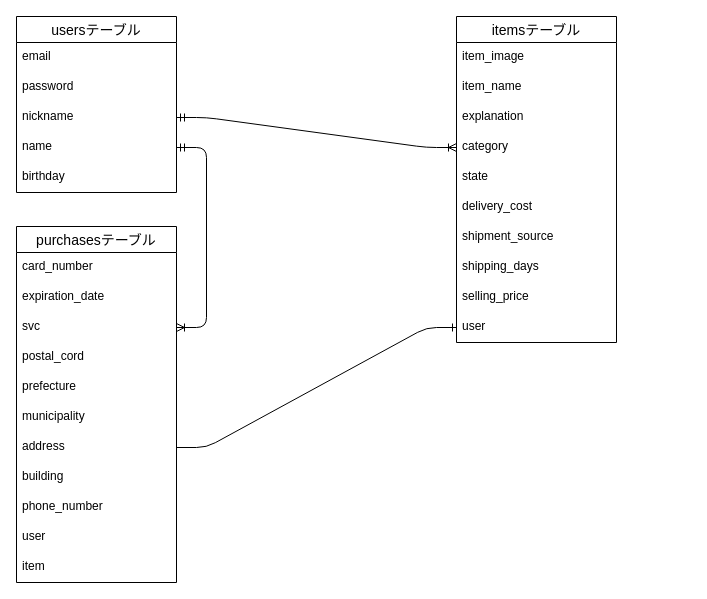
Above: ER.dio in Suzun0suke/furima-8019 (draw.io), before the change. Source tidied: cells renumbered, new cells numbered last; positions are measured from the earlier drawing's top-left corner, leaving out a move shared by most shapes. Both pictures are drawn from the tidied source at 100%, with x=0, y=0 at pixel (16, 16).
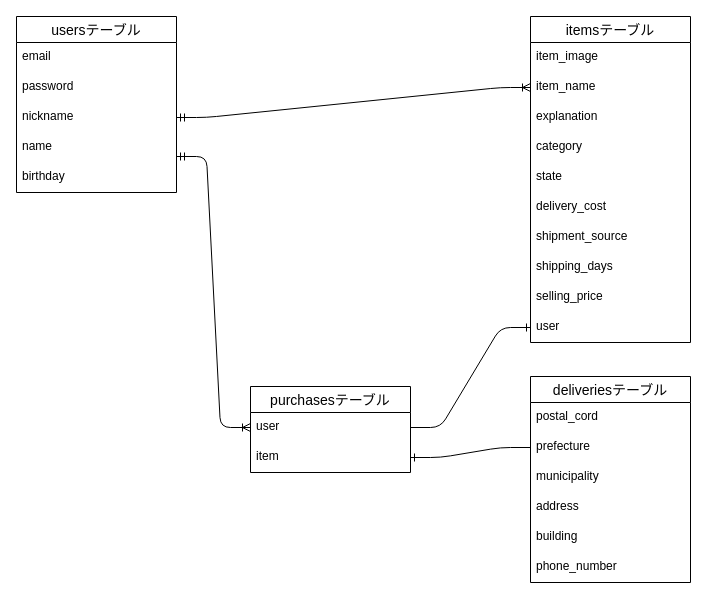
The same diagram, later.

The change refers to these unchanged cells:
```xml
<mxCell id="5" value="nickname" style="text;strokeColor=none;fillColor=none;spacingLeft=4;spacingRight=4;overflow=hidden;points=[[0,0.5],[1,0.5]];portConstraint=eastwest;fontSize=12;" parent="2" vertex="1">
  <mxGeometry y="86" width="160" height="30" as="geometry" />
</mxCell>
<mxCell id="6" value="name" style="text;strokeColor=none;fillColor=none;spacingLeft=4;spacingRight=4;overflow=hidden;points=[[0,0.5],[1,0.5]];portConstraint=eastwest;fontSize=12;" parent="2" vertex="1">
  <mxGeometry y="116" width="160" height="30" as="geometry" />
</mxCell>
<mxCell id="10" value="item_name" style="text;strokeColor=none;fillColor=none;spacingLeft=4;spacingRight=4;overflow=hidden;points=[[0,0.5],[1,0.5]];portConstraint=eastwest;fontSize=12;" parent="8" vertex="1">
  <mxGeometry y="56" width="160" height="30" as="geometry" />
</mxCell>
<mxCell id="12" value="category" style="text;strokeColor=none;fillColor=none;spacingLeft=4;spacingRight=4;overflow=hidden;points=[[0,0.5],[1,0.5]];portConstraint=eastwest;fontSize=12;" parent="8" vertex="1">
  <mxGeometry y="116" width="160" height="30" as="geometry" />
</mxCell>
<mxCell id="18" value="user" style="text;strokeColor=none;fillColor=none;spacingLeft=4;spacingRight=4;overflow=hidden;points=[[0,0.5],[1,0.5]];portConstraint=eastwest;fontSize=12;" parent="8" vertex="1">
  <mxGeometry y="296" width="160" height="30" as="geometry" />
</mxCell>
```

Change to the diagram source:
```diff
@@
     <mxCell id="8" value="itemsテーブル" style="swimlane;fontStyle=0;horizontal=1;startSize=26;align=center;fontSize=14;" parent="1" vertex="1">
-      <mxGeometry x="440" width="160" height="326" as="geometry" />
+      <mxGeometry x="514" width="160" height="326" as="geometry" />
     </mxCell>
@@
-    <mxCell id="19" value="purchasesテーブル" style="swimlane;fontStyle=0;horizontal=1;startSize=26;align=center;fontSize=14;" parent="1" vertex="1">
-      <mxGeometry y="210" width="160" height="356" as="geometry" />
+    <mxCell id="19" value="deliveriesテーブル" style="swimlane;fontStyle=0;horizontal=1;startSize=26;align=center;fontSize=14;" parent="1" vertex="1">
+      <mxGeometry x="514" y="360" width="160" height="206" as="geometry" />
     </mxCell>
-    <mxCell id="20" value="card_number" style="text;strokeColor=none;fillColor=none;spacingLeft=4;spacingRight=4;overflow=hidden;fontSize=12;" parent="19" vertex="1">
-      <mxGeometry y="26" width="160" height="30" as="geometry" />
-    </mxCell>
-    <mxCell id="21" value="expiration_date" style="text;strokeColor=none;fillColor=none;spacingLeft=4;spacingRight=4;overflow=hidden;fontSize=12;" parent="19" vertex="1">
-      <mxGeometry y="56" width="160" height="30" as="geometry" />
-    </mxCell>
-    <mxCell id="22" value="svc" style="text;strokeColor=none;fillColor=none;spacingLeft=4;spacingRight=4;overflow=hidden;points=[[0,0.5],[1,0.5]];portConstraint=eastwest;fontSize=12;" parent="19" vertex="1">
-      <mxGeometry y="86" width="160" height="30" as="geometry" />
-    </mxCell>
     <mxCell id="23" value="postal_cord" style="text;strokeColor=none;fillColor=none;spacingLeft=4;spacingRight=4;overflow=hidden;fontSize=12;" parent="19" vertex="1">
-      <mxGeometry y="116" width="160" height="30" as="geometry" />
+      <mxGeometry y="26" width="160" height="30" as="geometry" />
     </mxCell>
     <mxCell id="24" value="prefecture" style="text;strokeColor=none;fillColor=none;spacingLeft=4;spacingRight=4;overflow=hidden;points=[[0,0.5],[1,0.5]];portConstraint=eastwest;fontSize=12;" parent="19" vertex="1">
-      <mxGeometry y="146" width="160" height="30" as="geometry" />
+      <mxGeometry y="56" width="160" height="30" as="geometry" />
     </mxCell>
     <mxCell id="25" value="municipality" style="text;strokeColor=none;fillColor=none;spacingLeft=4;spacingRight=4;overflow=hidden;fontSize=12;" parent="19" vertex="1">
-      <mxGeometry y="176" width="160" height="30" as="geometry" />
+      <mxGeometry y="86" width="160" height="30" as="geometry" />
     </mxCell>
     <mxCell id="26" value="address" style="text;strokeColor=none;fillColor=none;spacingLeft=4;spacingRight=4;overflow=hidden;points=[[0,0.5],[1,0.5]];portConstraint=eastwest;fontSize=12;" parent="19" vertex="1">
-      <mxGeometry y="206" width="160" height="30" as="geometry" />
+      <mxGeometry y="116" width="160" height="30" as="geometry" />
     </mxCell>
     <mxCell id="27" value="building" style="text;strokeColor=none;fillColor=none;spacingLeft=4;spacingRight=4;overflow=hidden;fontSize=12;" parent="19" vertex="1">
-      <mxGeometry y="236" width="160" height="30" as="geometry" />
+      <mxGeometry y="146" width="160" height="30" as="geometry" />
     </mxCell>
     <mxCell id="28" value="phone_number" style="text;strokeColor=none;fillColor=none;spacingLeft=4;spacingRight=4;overflow=hidden;fontSize=12;" parent="19" vertex="1">
-      <mxGeometry y="266" width="160" height="30" as="geometry" />
+      <mxGeometry y="176" width="160" height="30" as="geometry" />
     </mxCell>
+    <mxCell id="31" style="edgeStyle=entityRelationEdgeStyle;fontSize=12;html=1;endArrow=ERoneToMany;startArrow=ERmandOne;exitX=1;exitY=0.5;exitDx=0;exitDy=0;entryX=0;entryY=0.5;entryDx=0;entryDy=0;" parent="1" edge="1" source="5" target="10">
+      <mxGeometry relative="1" as="geometry" />
+    </mxCell>
+    <mxCell id="34" value="purchasesテーブル" style="swimlane;fontStyle=0;horizontal=1;startSize=26;align=center;fontSize=14;" parent="1" vertex="1">
+      <mxGeometry x="234" y="370" width="160" height="86" as="geometry" />
+    </mxCell>
-    <mxCell id="29" value="user" style="text;strokeColor=none;fillColor=none;spacingLeft=4;spacingRight=4;overflow=hidden;points=[[0,0.5],[1,0.5]];portConstraint=eastwest;fontSize=12;" parent="19" vertex="1">
-      <mxGeometry y="296" width="160" height="30" as="geometry" />
+    <mxCell id="29" value="user" style="text;strokeColor=none;fillColor=none;spacingLeft=4;spacingRight=4;overflow=hidden;points=[[0,0.5],[1,0.5]];portConstraint=eastwest;fontSize=12;" parent="34" vertex="1">
+      <mxGeometry y="26" width="160" height="30" as="geometry" />
     </mxCell>
-    <mxCell id="30" value="item" style="text;strokeColor=none;fillColor=none;spacingLeft=4;spacingRight=4;overflow=hidden;points=[[0,0.5],[1,0.5]];portConstraint=eastwest;fontSize=12;" parent="19" vertex="1">
-      <mxGeometry y="326" width="160" height="30" as="geometry" />
+    <mxCell id="30" value="item" style="text;strokeColor=none;fillColor=none;spacingLeft=4;spacingRight=4;overflow=hidden;points=[[0,0.5],[1,0.5]];portConstraint=eastwest;fontSize=12;" parent="34" vertex="1">
+      <mxGeometry y="56" width="160" height="30" as="geometry" />
     </mxCell>
-    <mxCell id="31" style="edgeStyle=entityRelationEdgeStyle;fontSize=12;html=1;endArrow=ERoneToMany;startArrow=ERmandOne;exitX=1;exitY=0.5;exitDx=0;exitDy=0;entryX=0;entryY=0.5;entryDx=0;entryDy=0;" parent="1" edge="1" source="5" target="12">
-      <mxGeometry relative="1" as="geometry" />
-    </mxCell>
-    <mxCell id="32" style="edgeStyle=entityRelationEdgeStyle;fontSize=12;html=1;endArrow=ERoneToMany;startArrow=ERmandOne;entryX=1;entryY=0.5;entryDx=0;entryDy=0;exitX=1;exitY=0.5;exitDx=0;exitDy=0;" parent="1" edge="1" source="6" target="22">
-      <mxGeometry relative="1" as="geometry" />
-    </mxCell>
-    <mxCell id="33" style="edgeStyle=entityRelationEdgeStyle;fontSize=12;html=1;endArrow=ERone;endFill=1;entryX=0;entryY=0.5;entryDx=0;entryDy=0;exitX=1;exitY=0.5;exitDx=0;exitDy=0;" parent="1" edge="1" source="26" target="18">
-      <mxGeometry relative="1" as="geometry" />
-    </mxCell>
+    <mxCell id="35" style="edgeStyle=entityRelationEdgeStyle;fontSize=12;html=1;endArrow=ERone;endFill=1;exitX=1;exitY=0.5;exitDx=0;exitDy=0;entryX=0;entryY=0.5;entryDx=0;entryDy=0;" parent="1" edge="1" source="29" target="18">
+      <mxGeometry relative="1" as="geometry" />
+    </mxCell>
+    <mxCell id="36" style="edgeStyle=entityRelationEdgeStyle;fontSize=12;html=1;endArrow=ERoneToMany;startArrow=ERmandOne;exitX=1;exitY=0.5;exitDx=0;exitDy=0;entryX=0;entryY=0.5;entryDx=0;entryDy=0;" parent="1" edge="1" target="29">
+      <mxGeometry relative="1" as="geometry">
+        <mxPoint x="160" y="140" as="sourcePoint" />
+      </mxGeometry>
+    </mxCell>
+    <mxCell id="37" style="edgeStyle=entityRelationEdgeStyle;fontSize=12;html=1;endArrow=ERone;endFill=1;exitX=0;exitY=0.5;exitDx=0;exitDy=0;entryX=1;entryY=0.5;entryDx=0;entryDy=0;" parent="1" edge="1" source="24" target="30">
+      <mxGeometry relative="1" as="geometry" />
+    </mxCell>
```
